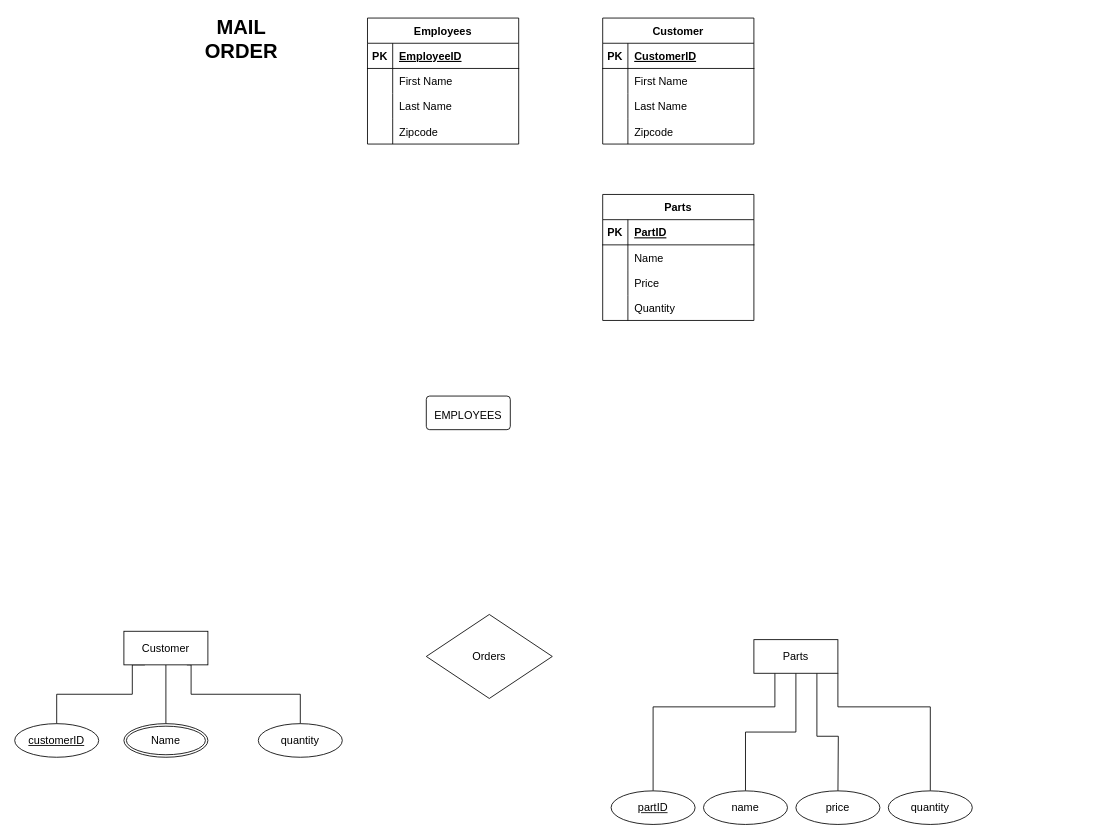
Earlier version of the draw.io diagram Untitled Diagram.drawio (Shoe-b/JetBrains-Easy). Source tidied: cells renumbered, new cells numbered last; positions are measured from the earlier drawing's top-left corner, leaving out a move shared by most shapes. Both pictures are drawn from the tidied source at 84%, with x=0, y=0 at pixel (14, 18).
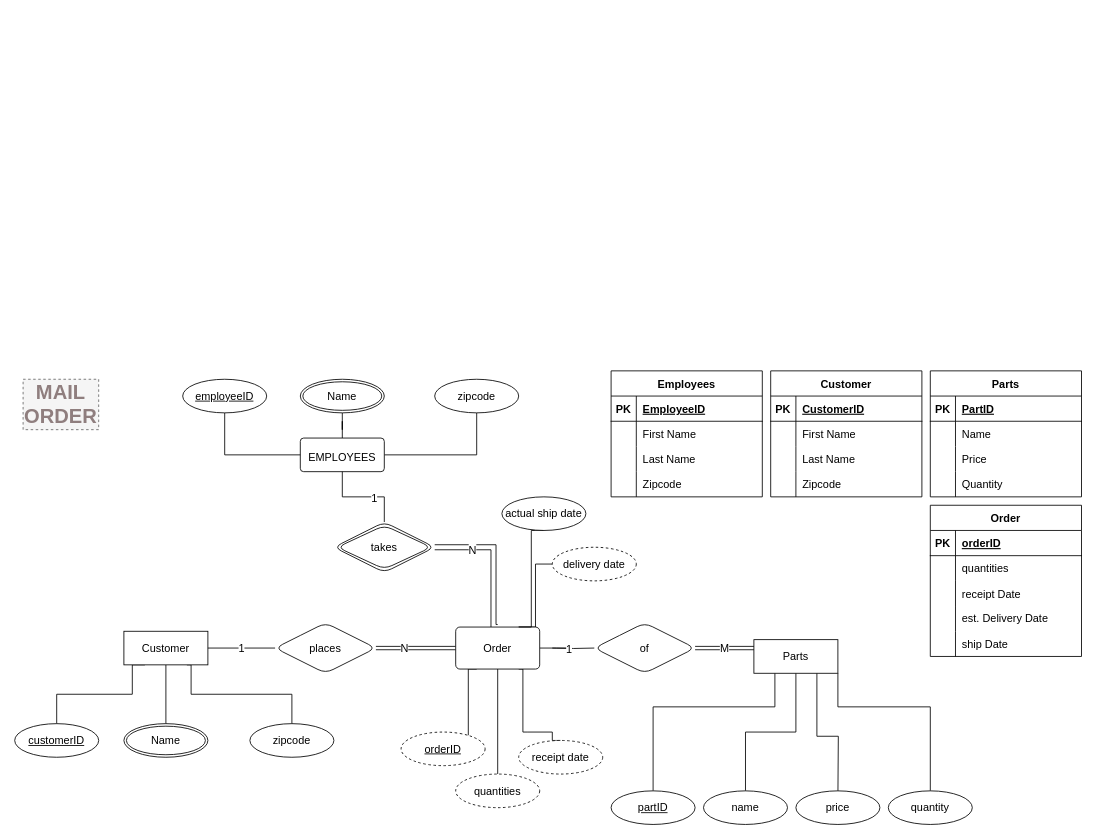
The same diagram, later.

Unchanged cells that the change refers to:
```xml
<mxCell id="46" value="Customer" style="whiteSpace=wrap;html=1;align=center;fontSize=13;" parent="1" vertex="1">
  <mxGeometry x="130" y="730" width="100" height="40" as="geometry" />
</mxCell>
<mxCell id="51" value="Parts" style="whiteSpace=wrap;html=1;align=center;fontSize=13;" parent="1" vertex="1">
  <mxGeometry x="880" y="740" width="100" height="40" as="geometry" />
</mxCell>
```

Change to the diagram source:
```diff
@@
-    <mxCell id="2" value="&lt;b&gt;&lt;font style=&quot;font-size: 24px;&quot;&gt;MAIL ORDER&lt;/font&gt;&lt;/b&gt;" style="text;html=1;strokeColor=none;fillColor=none;align=center;verticalAlign=middle;whiteSpace=wrap;rounded=0;fontSize=11;" parent="1" vertex="1">
-      <mxGeometry x="240" y="10" width="60" height="30" as="geometry" />
+    <mxCell id="2" value="&lt;b&gt;&lt;font color=&quot;#8f7e7e&quot; style=&quot;font-size: 24px;&quot;&gt;MAIL ORDER&lt;/font&gt;&lt;/b&gt;" style="text;html=1;strokeColor=#666666;fillColor=#f5f5f5;align=center;verticalAlign=middle;whiteSpace=wrap;rounded=0;fontSize=11;dashed=1;fontColor=#333333;" parent="1" vertex="1">
+      <mxGeometry x="10" y="430" width="90" height="60" as="geometry" />
     </mxCell>
+    <mxCell id="60" style="edgeStyle=orthogonalEdgeStyle;rounded=0;jettySize=auto;html=1;entryX=0.5;entryY=1;entryDx=0;entryDy=0;fontSize=13;endArrow=none;endFill=0;" parent="1" edge="1" source="3" target="67">
+      <mxGeometry relative="1" as="geometry" />
+    </mxCell>
+    <mxCell id="61" style="edgeStyle=orthogonalEdgeStyle;rounded=0;jettySize=auto;html=1;exitX=1;exitY=0.5;exitDx=0;exitDy=0;entryX=0.5;entryY=1;entryDx=0;entryDy=0;fontSize=13;endArrow=none;endFill=0;" parent="1" edge="1" source="3" target="66">
+      <mxGeometry relative="1" as="geometry" />
+    </mxCell>
     <mxCell id="3" value="&lt;font style=&quot;font-size: 13px;&quot;&gt;EMPLOYEES&lt;/font&gt;" style="rounded=1;arcSize=10;whiteSpace=wrap;html=1;align=center;fontSize=24;" parent="1" vertex="1">
-      <mxGeometry x="490" y="450" width="100" height="40" as="geometry" />
+      <mxGeometry x="340" y="500" width="100" height="40" as="geometry" />
     </mxCell>
     <mxCell id="4" value="Employees" style="shape=table;startSize=30;childLayout=tableLayout;rowLines=0;fontStyle=1;align=center;fontSize=13;" parent="1" vertex="1">
-      <mxGeometry x="420" width="180" height="150" as="geometry" />
+      <mxGeometry x="710" y="420" width="180" height="150" as="geometry" />
     </mxCell>
@@
     <mxCell id="17" value="Customer" style="shape=table;startSize=30;childLayout=tableLayout;rowLines=0;fontStyle=1;align=center;fontSize=13;" parent="1" vertex="1">
-      <mxGeometry x="700" width="180" height="150" as="geometry" />
+      <mxGeometry x="900" y="420" width="180" height="150" as="geometry" />
     </mxCell>
@@
     <mxCell id="30" value="Parts" style="shape=table;startSize=30;childLayout=tableLayout;rowLines=0;fontStyle=1;align=center;fontSize=13;" parent="1" vertex="1">
-      <mxGeometry x="700" y="210" width="180" height="150" as="geometry" />
+      <mxGeometry x="1090" y="420" width="180" height="150" as="geometry" />
     </mxCell>
@@
     <mxCell id="45" style="edgeStyle=orthogonalEdgeStyle;rounded=0;jettySize=auto;html=1;exitX=0.75;exitY=1;exitDx=0;exitDy=0;entryX=0.5;entryY=0;entryDx=0;entryDy=0;fontSize=13;endArrow=none;endFill=0;" parent="1" edge="1" source="46" target="58">
       <mxGeometry relative="1" as="geometry">
         <Array as="points">
           <mxPoint x="210" y="770" />
           <mxPoint x="210" y="805" />
-          <mxPoint x="340" y="805" />
+          <mxPoint x="330" y="805" />
         </Array>
       </mxGeometry>
     </mxCell>
+    <mxCell id="62" value="N" style="edgeStyle=orthogonalEdgeStyle;rounded=0;jettySize=auto;html=1;exitX=1;exitY=0.5;exitDx=0;exitDy=0;fontSize=13;endArrow=none;endFill=0;entryX=0;entryY=0.5;entryDx=0;entryDy=0;startArrow=none;shape=link;" parent="1" edge="1" source="92" target="77">
+      <mxGeometry x="-0.29" relative="1" as="geometry" />
+    </mxCell>
@@
-    <mxCell id="52" value="Orders" style="shape=rhombus;perimeter=rhombusPerimeter;whiteSpace=wrap;html=1;align=center;fontSize=13;" parent="1" vertex="1">
-      <mxGeometry x="490" y="710" width="150" height="100" as="geometry" />
-    </mxCell>
+    <mxCell id="63" value="M" style="edgeStyle=orthogonalEdgeStyle;rounded=0;jettySize=auto;html=1;exitX=1;exitY=0.5;exitDx=0;exitDy=0;entryX=0;entryY=0.25;entryDx=0;entryDy=0;fontSize=13;endArrow=none;endFill=0;startArrow=none;shape=link;" parent="1" edge="1" source="90" target="51">
+      <mxGeometry relative="1" as="geometry" />
+    </mxCell>
@@
-    <mxCell id="58" value="quantity" style="ellipse;whiteSpace=wrap;html=1;align=center;fontSize=13;" parent="1" vertex="1">
-      <mxGeometry x="290" y="840" width="100" height="40" as="geometry" />
+    <mxCell id="58" value="zipcode" style="ellipse;whiteSpace=wrap;html=1;align=center;fontSize=13;" parent="1" vertex="1">
+      <mxGeometry x="280" y="840" width="100" height="40" as="geometry" />
     </mxCell>
@@
+    <mxCell id="64" style="edgeStyle=orthogonalEdgeStyle;rounded=0;jettySize=auto;html=1;exitX=0.5;exitY=1;exitDx=0;exitDy=0;entryX=0;entryY=0.5;entryDx=0;entryDy=0;fontSize=13;endArrow=none;endFill=0;" parent="1" edge="1" source="65" target="3">
+      <mxGeometry relative="1" as="geometry" />
+    </mxCell>
+    <mxCell id="65" value="&lt;u&gt;employeeID&lt;/u&gt;" style="ellipse;whiteSpace=wrap;html=1;align=center;fontSize=13;" parent="1" vertex="1">
+      <mxGeometry x="200" y="430" width="100" height="40" as="geometry" />
+    </mxCell>
+    <mxCell id="66" value="zipcode" style="ellipse;whiteSpace=wrap;html=1;align=center;fontSize=13;" parent="1" vertex="1">
+      <mxGeometry x="500" y="430" width="100" height="40" as="geometry" />
+    </mxCell>
+    <mxCell id="67" value="Name" style="ellipse;shape=doubleEllipse;margin=3;whiteSpace=wrap;html=1;align=center;fontSize=13;" parent="1" vertex="1">
+      <mxGeometry x="340" y="430" width="100" height="40" as="geometry" />
+    </mxCell>
+    <mxCell id="68" style="edgeStyle=orthogonalEdgeStyle;rounded=0;jettySize=auto;html=1;fontSize=13;endArrow=none;endFill=0;" parent="1" edge="1" source="77">
+      <mxGeometry relative="1" as="geometry">
+        <mxPoint x="660" y="750" as="targetPoint" />
+      </mxGeometry>
+    </mxCell>
+    <mxCell id="69" style="edgeStyle=elbowEdgeStyle;shape=link;rounded=0;jumpStyle=arc;jettySize=auto;html=1;exitX=0.5;exitY=0;exitDx=0;exitDy=0;strokeColor=#FFFFFF;fontColor=#FFFFFF;startSize=1;endSize=1;sourcePerimeterSpacing=0;" parent="1" edge="1" source="77">
+      <mxGeometry relative="1" as="geometry">
+        <mxPoint x="550" y="620" as="targetPoint" />
+      </mxGeometry>
+    </mxCell>
+    <mxCell id="70" style="edgeStyle=elbowEdgeStyle;shape=link;rounded=0;jumpStyle=arc;jettySize=auto;html=1;exitX=0.5;exitY=0;exitDx=0;exitDy=0;entryX=1;entryY=0.5;entryDx=0;entryDy=0;strokeColor=#000000;fontColor=#FFFFFF;startSize=1;endSize=1;sourcePerimeterSpacing=0;width=6;" parent="1" edge="1" source="77" target="87">
+      <mxGeometry relative="1" as="geometry">
+        <Array as="points">
+          <mxPoint x="570" y="610" />
+        </Array>
+      </mxGeometry>
+    </mxCell>
+    <mxCell id="71" value="N" style="edgeLabel;html=1;align=center;verticalAlign=middle;fontSize=13;fontFamily=Helvetica;fontColor=default;" parent="70" vertex="1">
+      <mxGeometry x="0.48" y="2" relative="1" as="geometry" />
+    </mxCell>
+    <mxCell id="72" style="edgeStyle=elbowEdgeStyle;rounded=0;jumpStyle=arc;jettySize=auto;html=1;exitX=0.25;exitY=1;exitDx=0;exitDy=0;strokeColor=#000000;fontColor=#FFFFFF;sourcePerimeterSpacing=0;endArrow=none;endFill=0;" parent="1" edge="1" source="77" target="81">
+      <mxGeometry relative="1" as="geometry">
+        <Array as="points">
+          <mxPoint x="540" y="830" />
+        </Array>
+      </mxGeometry>
+    </mxCell>
+    <mxCell id="73" style="edgeStyle=elbowEdgeStyle;rounded=0;jumpStyle=arc;jettySize=auto;html=1;exitX=0.5;exitY=1;exitDx=0;exitDy=0;strokeColor=#000000;fontFamily=Helvetica;fontSize=13;fontColor=default;endArrow=none;endFill=0;sourcePerimeterSpacing=0;" parent="1" edge="1" source="77" target="82">
+      <mxGeometry relative="1" as="geometry" />
+    </mxCell>
+    <mxCell id="74" style="edgeStyle=elbowEdgeStyle;rounded=0;jumpStyle=arc;jettySize=auto;html=1;strokeColor=#000000;fontFamily=Helvetica;fontSize=13;fontColor=default;endArrow=none;endFill=0;sourcePerimeterSpacing=0;entryX=0.5;entryY=0;entryDx=0;entryDy=0;" parent="1" edge="1" target="83">
+      <mxGeometry relative="1" as="geometry">
+        <mxPoint x="610" y="850" as="sourcePoint" />
+        <Array as="points">
+          <mxPoint x="640" y="970" />
+          <mxPoint x="610" y="810" />
+          <mxPoint x="630" y="840" />
+          <mxPoint x="650" y="900" />
+        </Array>
+      </mxGeometry>
+    </mxCell>
+    <mxCell id="75" style="edgeStyle=elbowEdgeStyle;rounded=0;jumpStyle=arc;jettySize=auto;html=1;exitX=0.75;exitY=0;exitDx=0;exitDy=0;strokeColor=#000000;fontFamily=Helvetica;fontSize=13;fontColor=default;endArrow=none;endFill=0;sourcePerimeterSpacing=0;entryX=0;entryY=0.5;entryDx=0;entryDy=0;" parent="1" edge="1" source="77" target="84">
+      <mxGeometry relative="1" as="geometry" />
+    </mxCell>
+    <mxCell id="76" style="edgeStyle=elbowEdgeStyle;rounded=0;jumpStyle=arc;jettySize=auto;html=1;exitX=0.75;exitY=1;exitDx=0;exitDy=0;strokeColor=#000000;fontFamily=Helvetica;fontSize=13;fontColor=default;endArrow=none;endFill=0;sourcePerimeterSpacing=0;" parent="1" edge="1" source="77">
+      <mxGeometry relative="1" as="geometry">
+        <mxPoint x="610" y="850" as="targetPoint" />
+      </mxGeometry>
+    </mxCell>
+    <mxCell id="77" value="Order" style="rounded=1;arcSize=10;whiteSpace=wrap;html=1;align=center;fontSize=13;" parent="1" vertex="1">
+      <mxGeometry x="525" y="725" width="100" height="50" as="geometry" />
+    </mxCell>
+    <mxCell id="78" style="edgeStyle=orthogonalEdgeStyle;rounded=0;jettySize=auto;html=1;exitX=0.5;exitY=1;exitDx=0;exitDy=0;entryX=0.5;entryY=0;entryDx=0;entryDy=0;fontSize=13;endArrow=none;endFill=0;" parent="1" edge="1" source="3" target="87">
+      <mxGeometry relative="1" as="geometry" />
+    </mxCell>
+    <mxCell id="79" value="1" style="edgeLabel;html=1;align=center;verticalAlign=middle;fontSize=13;fontFamily=Helvetica;fontColor=default;" parent="78" vertex="1">
+      <mxGeometry x="0.22" y="-1" relative="1" as="geometry" />
+    </mxCell>
+    <mxCell id="80" style="edgeStyle=elbowEdgeStyle;shape=link;rounded=0;jumpStyle=arc;orthogonalLoop=1;jettySize=auto;html=1;exitX=0.5;exitY=1;exitDx=0;exitDy=0;strokeColor=#FFFFFF;fontColor=#FFFFFF;startSize=1;endSize=1;sourcePerimeterSpacing=0;" parent="1" edge="1">
+      <mxGeometry relative="1" as="geometry">
+        <mxPoint x="490" y="650" as="sourcePoint" />
+        <mxPoint x="500" y="660" as="targetPoint" />
+      </mxGeometry>
+    </mxCell>
+    <mxCell id="81" value="&lt;u&gt;orderID&lt;/u&gt;" style="ellipse;whiteSpace=wrap;html=1;align=center;dashed=1;rounded=1;strokeColor=default;fontFamily=Helvetica;fontSize=13;fontColor=default;fillColor=default;" parent="1" vertex="1">
+      <mxGeometry x="460" y="850" width="100" height="40" as="geometry" />
+    </mxCell>
+    <mxCell id="82" value="quantities" style="ellipse;whiteSpace=wrap;html=1;align=center;dashed=1;rounded=1;strokeColor=default;fontFamily=Helvetica;fontSize=13;fontColor=default;fillColor=default;" parent="1" vertex="1">
+      <mxGeometry x="525" y="900" width="100" height="40" as="geometry" />
+    </mxCell>
+    <mxCell id="83" value="receipt date" style="ellipse;whiteSpace=wrap;html=1;align=center;dashed=1;rounded=1;strokeColor=default;fontFamily=Helvetica;fontSize=13;fontColor=default;fillColor=default;" parent="1" vertex="1">
+      <mxGeometry x="600" y="860" width="100" height="40" as="geometry" />
+    </mxCell>
+    <mxCell id="84" value="delivery date" style="ellipse;whiteSpace=wrap;html=1;align=center;dashed=1;rounded=1;strokeColor=default;fontFamily=Helvetica;fontSize=13;fontColor=default;fillColor=default;" parent="1" vertex="1">
+      <mxGeometry x="640" y="630" width="100" height="40" as="geometry" />
+    </mxCell>
+    <mxCell id="85" style="edgeStyle=elbowEdgeStyle;rounded=0;jumpStyle=arc;jettySize=auto;html=1;exitX=0.5;exitY=1;exitDx=0;exitDy=0;entryX=0.75;entryY=0;entryDx=0;entryDy=0;strokeColor=#000000;fontFamily=Helvetica;fontSize=13;fontColor=default;endArrow=none;endFill=0;sourcePerimeterSpacing=0;" parent="1" edge="1" source="86" target="77">
+      <mxGeometry relative="1" as="geometry" />
+    </mxCell>
+    <mxCell id="86" value="actual ship date" style="ellipse;whiteSpace=wrap;html=1;align=center;rounded=1;strokeColor=default;fontFamily=Helvetica;fontSize=13;fontColor=default;fillColor=default;" parent="1" vertex="1">
+      <mxGeometry x="580" y="570" width="100" height="40" as="geometry" />
+    </mxCell>
+    <mxCell id="87" value="takes" style="shape=rhombus;double=1;perimeter=rhombusPerimeter;whiteSpace=wrap;html=1;align=center;rounded=1;strokeColor=default;fontFamily=Helvetica;fontSize=13;fontColor=default;fillColor=default;" parent="1" vertex="1">
+      <mxGeometry x="380" y="600" width="120" height="60" as="geometry" />
+    </mxCell>
+    <mxCell id="88" style="edgeStyle=orthogonalEdgeStyle;rounded=0;jettySize=auto;html=1;exitX=1;exitY=0.5;exitDx=0;exitDy=0;entryX=0;entryY=0.5;entryDx=0;entryDy=0;fontSize=13;endArrow=none;endFill=0;" parent="1" edge="1" target="90">
+      <mxGeometry relative="1" as="geometry">
+        <mxPoint x="640" y="750" as="sourcePoint" />
+      </mxGeometry>
+    </mxCell>
+    <mxCell id="89" value="1" style="edgeLabel;html=1;align=center;verticalAlign=middle;fontSize=13;fontFamily=Helvetica;fontColor=default;" parent="88" vertex="1">
+      <mxGeometry x="0.07" y="-2" relative="1" as="geometry">
+        <mxPoint x="-7" y="-2" as="offset" />
+      </mxGeometry>
+    </mxCell>
+    <mxCell id="90" value="of" style="shape=rhombus;perimeter=rhombusPerimeter;whiteSpace=wrap;html=1;align=center;rounded=1;strokeColor=default;fontFamily=Helvetica;fontSize=13;fontColor=default;fillColor=default;" parent="1" vertex="1">
+      <mxGeometry x="690" y="720" width="120" height="60" as="geometry" />
+    </mxCell>
+    <mxCell id="91" value="1" style="edgeStyle=orthogonalEdgeStyle;rounded=0;jettySize=auto;html=1;exitX=1;exitY=0.5;exitDx=0;exitDy=0;fontSize=13;endArrow=none;endFill=0;entryX=0;entryY=0.5;entryDx=0;entryDy=0;" parent="1" edge="1" source="46" target="92">
+      <mxGeometry relative="1" as="geometry" />
+    </mxCell>
+    <mxCell id="92" value="places" style="shape=rhombus;perimeter=rhombusPerimeter;whiteSpace=wrap;html=1;align=center;rounded=1;strokeColor=default;fontFamily=Helvetica;fontSize=13;fontColor=default;fillColor=default;" parent="1" vertex="1">
+      <mxGeometry x="310" y="720" width="120" height="60" as="geometry" />
+    </mxCell>
+    <mxCell id="93" value="Order" style="shape=table;startSize=30;childLayout=tableLayout;rowLines=0;fontStyle=1;align=center;fontSize=13;rounded=0;" parent="1" vertex="1">
+      <mxGeometry x="1090" y="580" width="180" height="180" as="geometry" />
+    </mxCell>
+    <mxCell id="94" style="shape=tableRow;horizontal=0;startSize=0;swimlaneHead=0;swimlaneBody=0;fillColor=none;top=0;left=0;right=0;bottom=1;fontSize=13;" parent="93" vertex="1">
+      <mxGeometry y="30" width="180" height="30" as="geometry" />
+    </mxCell>
+    <mxCell id="95" value="PK" style="shape=partialRectangle;fillColor=none;top=0;left=0;bottom=0;right=0;fontStyle=1;overflow=hidden;fontSize=13;" parent="94" vertex="1">
+      <mxGeometry width="30" height="30" as="geometry" />
+    </mxCell>
+    <mxCell id="96" value="orderID" style="shape=partialRectangle;fillColor=none;top=0;left=0;bottom=0;right=0;align=left;spacingLeft=6;fontStyle=5;overflow=hidden;fontSize=13;" parent="94" vertex="1">
+      <mxGeometry x="30" width="150" height="30" as="geometry" />
+    </mxCell>
+    <mxCell id="97" style="shape=tableRow;horizontal=0;startSize=0;swimlaneHead=0;swimlaneBody=0;fillColor=none;top=0;left=0;right=0;bottom=0;fontSize=13;" parent="93" vertex="1">
+      <mxGeometry y="60" width="180" height="30" as="geometry" />
+    </mxCell>
+    <mxCell id="98" style="shape=partialRectangle;fillColor=none;top=0;left=0;bottom=0;right=0;overflow=hidden;fontSize=13;" parent="97" vertex="1">
+      <mxGeometry width="30" height="30" as="geometry" />
+    </mxCell>
+    <mxCell id="99" value="quantities" style="shape=partialRectangle;fillColor=none;top=0;left=0;bottom=0;right=0;align=left;spacingLeft=6;overflow=hidden;fontSize=13;" parent="97" vertex="1">
+      <mxGeometry x="30" width="150" height="30" as="geometry" />
+    </mxCell>
+    <mxCell id="100" style="shape=tableRow;horizontal=0;startSize=0;swimlaneHead=0;swimlaneBody=0;fillColor=none;top=0;left=0;right=0;bottom=0;fontSize=13;" parent="93" vertex="1">
+      <mxGeometry y="90" width="180" height="30" as="geometry" />
+    </mxCell>
+    <mxCell id="101" style="shape=partialRectangle;fillColor=none;top=0;left=0;bottom=0;right=0;overflow=hidden;fontSize=13;" parent="100" vertex="1">
+      <mxGeometry width="30" height="30" as="geometry" />
+    </mxCell>
+    <mxCell id="102" value="receipt Date" style="shape=partialRectangle;fillColor=none;top=0;left=0;bottom=0;right=0;align=left;spacingLeft=6;overflow=hidden;fontSize=13;" parent="100" vertex="1">
+      <mxGeometry x="30" width="150" height="30" as="geometry" />
+    </mxCell>
+    <mxCell id="103" style="shape=tableRow;horizontal=0;startSize=0;swimlaneHead=0;swimlaneBody=0;fillColor=none;top=0;left=0;right=0;bottom=0;rounded=1;strokeColor=default;fontFamily=Helvetica;fontSize=13;fontColor=#8F7E7E;html=1;" parent="93" vertex="1">
+      <mxGeometry y="120" width="180" height="30" as="geometry" />
+    </mxCell>
+    <mxCell id="104" style="shape=partialRectangle;fillColor=none;top=0;left=0;bottom=0;right=0;overflow=hidden;rounded=1;strokeColor=default;fontFamily=Helvetica;fontSize=13;fontColor=#8F7E7E;html=1;" parent="103" vertex="1">
+      <mxGeometry width="30" height="30" as="geometry" />
+    </mxCell>
+    <mxCell id="105" value="&lt;font color=&quot;#000000&quot;&gt;est. Delivery Date&lt;/font&gt;" style="shape=partialRectangle;fillColor=none;top=0;left=0;bottom=0;right=0;align=left;spacingLeft=6;overflow=hidden;rounded=1;strokeColor=default;fontFamily=Helvetica;fontSize=13;fontColor=#8F7E7E;html=1;" parent="103" vertex="1">
+      <mxGeometry x="30" width="150" height="30" as="geometry" />
+    </mxCell>
+    <mxCell id="106" style="shape=tableRow;horizontal=0;startSize=0;swimlaneHead=0;swimlaneBody=0;fillColor=none;top=0;left=0;right=0;bottom=0;fontSize=13;" parent="93" vertex="1">
+      <mxGeometry y="150" width="180" height="30" as="geometry" />
+    </mxCell>
+    <mxCell id="107" style="shape=partialRectangle;fillColor=none;top=0;left=0;bottom=0;right=0;overflow=hidden;fontSize=13;" parent="106" vertex="1">
+      <mxGeometry width="30" height="30" as="geometry" />
+    </mxCell>
+    <mxCell id="108" value="ship Date" style="shape=partialRectangle;fillColor=none;top=0;left=0;bottom=0;right=0;align=left;spacingLeft=6;overflow=hidden;fontSize=13;" parent="106" vertex="1">
+      <mxGeometry x="30" width="150" height="30" as="geometry" />
+    </mxCell>
```
